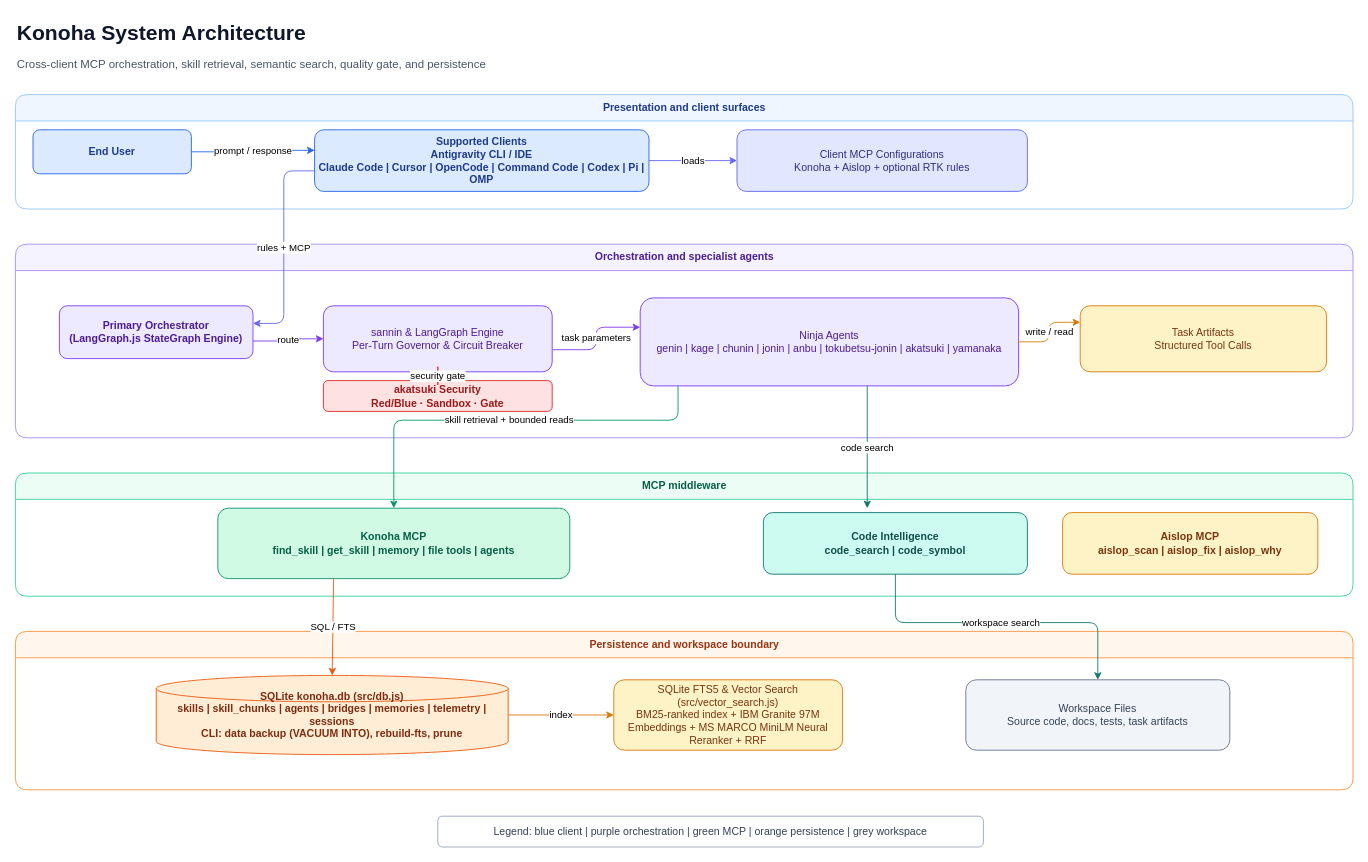
Above: page "01 System Architecture" (1 of 18) of docs/diagrams/konoha-architecture.drawio in andycungkrinx91/konoha (draw.io), before the change. Source tidied: cells renumbered, new cells numbered last; positions are measured from the earlier drawing's top-left corner, leaving out a move shared by most shapes. Both pictures are drawn from the tidied source at 88%, with x=0, y=0 at pixel (15, 15).
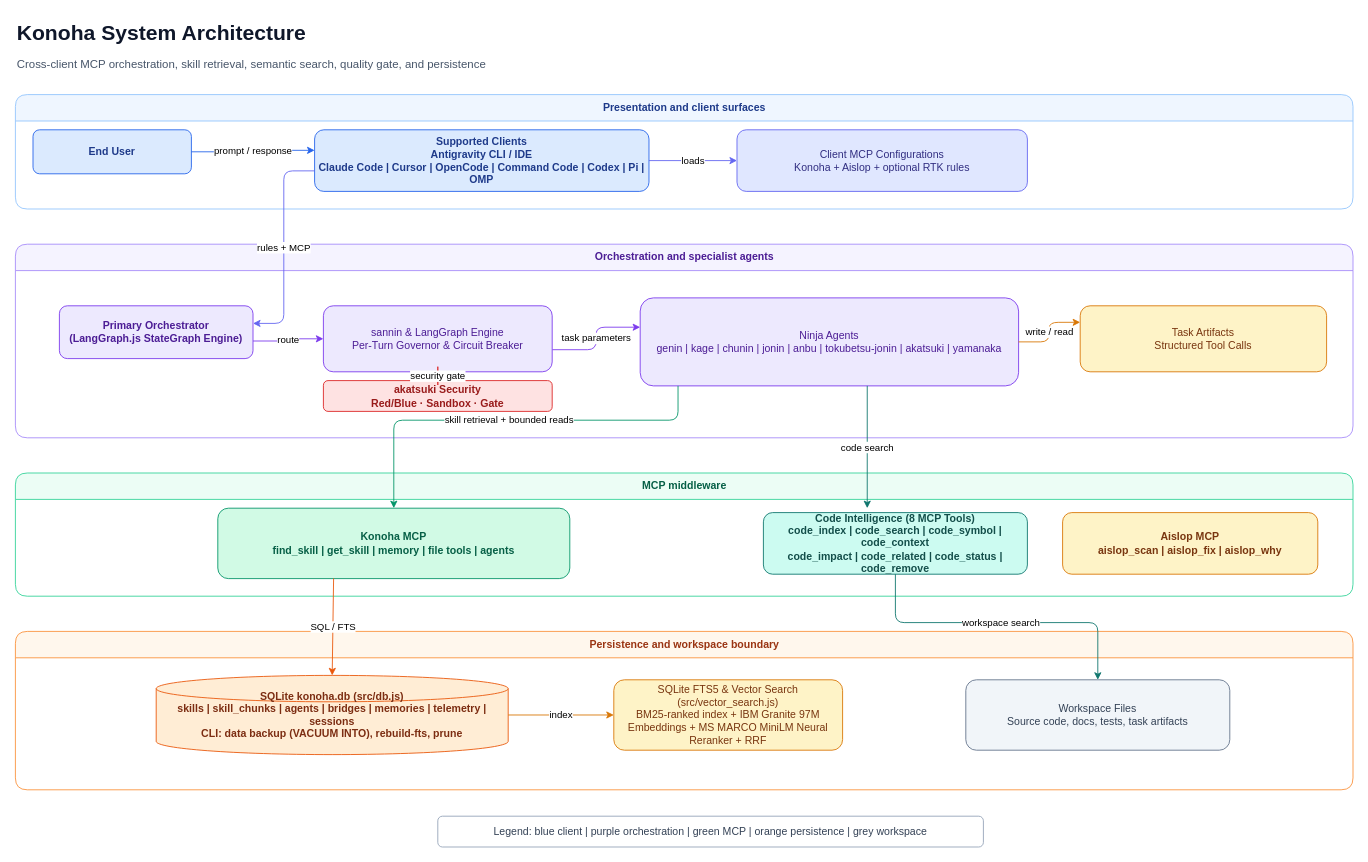
The same diagram, later.

The change refers to these unchanged cells:
```xml
<mxCell id="15" value="MCP middleware" style="swimlane;html=1;rounded=1;startSize=30;fillColor=#ecfdf5;strokeColor=#34d399;fontColor=#065f46;fontStyle=1;" parent="1" vertex="1">
  <mxGeometry y="520" width="1520" height="140" as="geometry" />
</mxCell>
```

What changed in the source:
```diff
@@
-    <mxCell id="17" value="Code Intelligence&#10;code_search | code_symbol" style="rounded=1;html=1;whiteSpace=wrap;fillColor=#ccfbf1;strokeColor=#0f766e;fontColor=#134e4a;fontStyle=1;" parent="15" vertex="1">
+    <mxCell id="17" value="Code Intelligence (8 MCP Tools)&#10;code_index | code_search | code_symbol | code_context&#10;code_impact | code_related | code_status | code_remove" style="rounded=1;html=1;whiteSpace=wrap;fillColor=#ccfbf1;strokeColor=#0f766e;fontColor=#134e4a;fontStyle=1;" parent="15" vertex="1">
       <mxGeometry x="850" y="45" width="300" height="70" as="geometry" />
     </mxCell>
```
